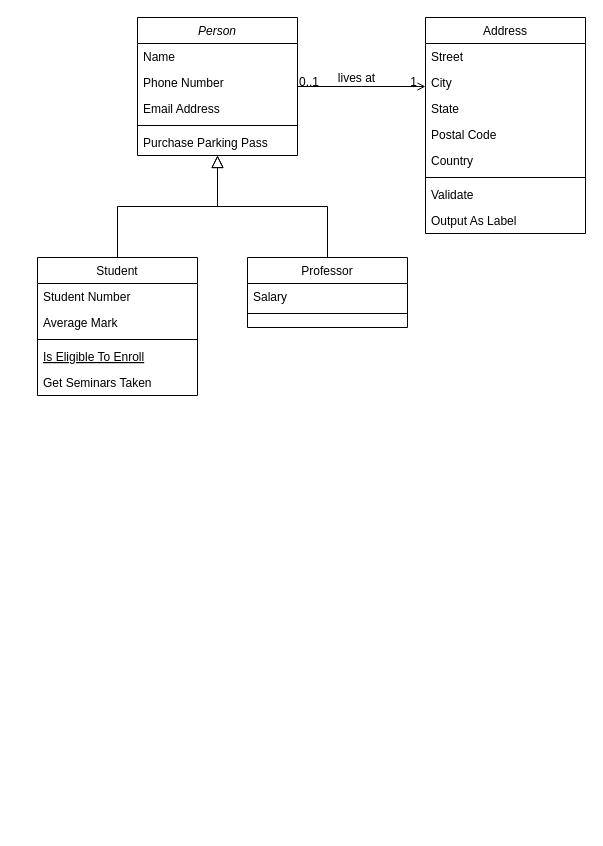
Above: doc/Milestone.drawio in AbelKristanto/graph-draw (draw.io), before the change. Source tidied: cells renumbered, new cells numbered last; positions are measured from the earlier drawing's top-left corner, leaving out a move shared by most shapes. Both pictures are drawn from the tidied source at 100%, with x=0, y=0 at pixel (37, 17).
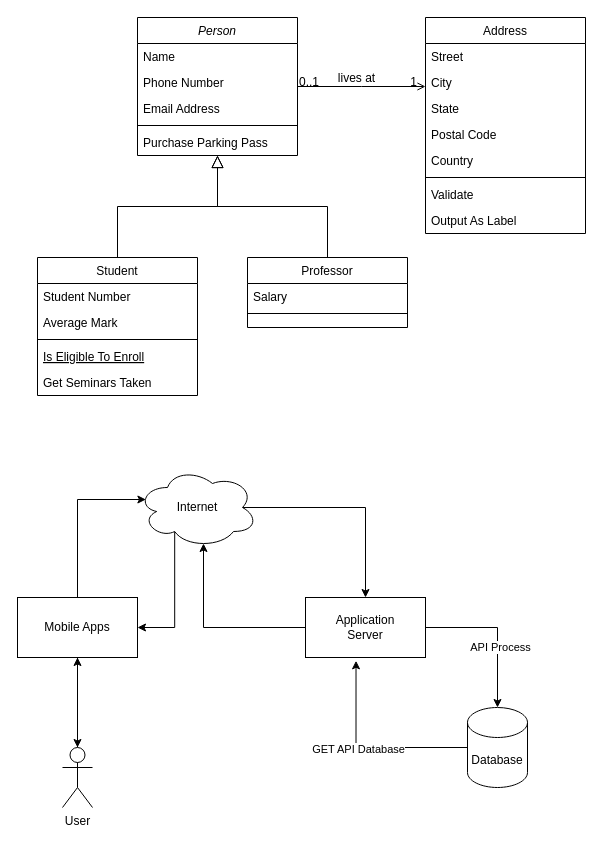
The same diagram, later.

What changed in the source:
```diff
@@
+    <mxCell id="32" style="edgeStyle=orthogonalEdgeStyle;rounded=0;jettySize=auto;html=1;exitX=0.5;exitY=1;exitDx=0;exitDy=0;entryX=0.5;entryY=0;entryDx=0;entryDy=0;entryPerimeter=0;" parent="1" edge="1" source="34" target="36">
+      <mxGeometry relative="1" as="geometry" />
+    </mxCell>
+    <mxCell id="33" style="edgeStyle=orthogonalEdgeStyle;rounded=0;jettySize=auto;html=1;entryX=0.07;entryY=0.4;entryDx=0;entryDy=0;entryPerimeter=0;" parent="1" edge="1" source="34" target="39">
+      <mxGeometry relative="1" as="geometry">
+        <Array as="points">
+          <mxPoint x="40" y="482" />
+        </Array>
+      </mxGeometry>
+    </mxCell>
+    <mxCell id="34" value="Mobile Apps" style="rounded=0;whiteSpace=wrap;html=1;" parent="1" vertex="1">
+      <mxGeometry x="-20" y="580" width="120" height="60" as="geometry" />
+    </mxCell>
+    <mxCell id="35" style="edgeStyle=orthogonalEdgeStyle;rounded=0;jettySize=auto;html=1;entryX=0.5;entryY=1;entryDx=0;entryDy=0;" parent="1" edge="1" source="36" target="34">
+      <mxGeometry relative="1" as="geometry" />
+    </mxCell>
+    <mxCell id="36" value="User" style="shape=umlActor;verticalLabelPosition=bottom;verticalAlign=top;html=1;outlineConnect=0;" parent="1" vertex="1">
+      <mxGeometry x="25" y="730" width="30" height="60" as="geometry" />
+    </mxCell>
+    <mxCell id="37" style="edgeStyle=orthogonalEdgeStyle;rounded=0;jettySize=auto;html=1;exitX=0.875;exitY=0.5;exitDx=0;exitDy=0;exitPerimeter=0;" parent="1" edge="1" source="39" target="41">
+      <mxGeometry relative="1" as="geometry" />
+    </mxCell>
+    <mxCell id="38" style="edgeStyle=orthogonalEdgeStyle;rounded=0;jettySize=auto;html=1;exitX=0.31;exitY=0.8;exitDx=0;exitDy=0;exitPerimeter=0;entryX=1;entryY=0.5;entryDx=0;entryDy=0;" parent="1" edge="1" source="39" target="34">
+      <mxGeometry relative="1" as="geometry" />
+    </mxCell>
+    <mxCell id="39" value="Internet" style="ellipse;shape=cloud;whiteSpace=wrap;html=1;" parent="1" vertex="1">
+      <mxGeometry x="100" y="450" width="120" height="80" as="geometry" />
+    </mxCell>
+    <mxCell id="40" style="edgeStyle=orthogonalEdgeStyle;rounded=0;jettySize=auto;html=1;exitX=0;exitY=0.5;exitDx=0;exitDy=0;entryX=0.55;entryY=0.95;entryDx=0;entryDy=0;entryPerimeter=0;" parent="1" edge="1" source="41" target="39">
+      <mxGeometry relative="1" as="geometry" />
+    </mxCell>
+    <mxCell id="41" value="Application&lt;br&gt;Server" style="rounded=0;whiteSpace=wrap;html=1;" parent="1" vertex="1">
+      <mxGeometry x="268" y="580" width="120" height="60" as="geometry" />
+    </mxCell>
+    <mxCell id="42" style="edgeStyle=orthogonalEdgeStyle;rounded=0;jettySize=auto;html=1;entryX=0.5;entryY=0;entryDx=0;entryDy=0;entryPerimeter=0;exitX=1;exitY=0.5;exitDx=0;exitDy=0;" parent="1" edge="1" source="41" target="46">
+      <mxGeometry relative="1" as="geometry" />
+    </mxCell>
+    <mxCell id="43" value="API Process" style="edgeLabel;html=1;align=center;verticalAlign=middle;" parent="42" vertex="1">
+      <mxGeometry x="0.2" y="2" relative="1" as="geometry" />
+    </mxCell>
+    <mxCell id="44" style="edgeStyle=orthogonalEdgeStyle;rounded=0;jettySize=auto;html=1;entryX=0.421;entryY=1.055;entryDx=0;entryDy=0;entryPerimeter=0;" parent="1" edge="1" source="46" target="41">
+      <mxGeometry relative="1" as="geometry" />
+    </mxCell>
+    <mxCell id="45" value="GET API Database" style="edgeLabel;html=1;align=center;verticalAlign=middle;" parent="44" vertex="1">
+      <mxGeometry x="0.11" y="1" relative="1" as="geometry" />
+    </mxCell>
+    <mxCell id="46" value="Database" style="shape=cylinder3;whiteSpace=wrap;html=1;boundedLbl=1;backgroundOutline=1;size=15;" parent="1" vertex="1">
+      <mxGeometry x="430" y="690" width="60" height="80" as="geometry" />
+    </mxCell>
```
